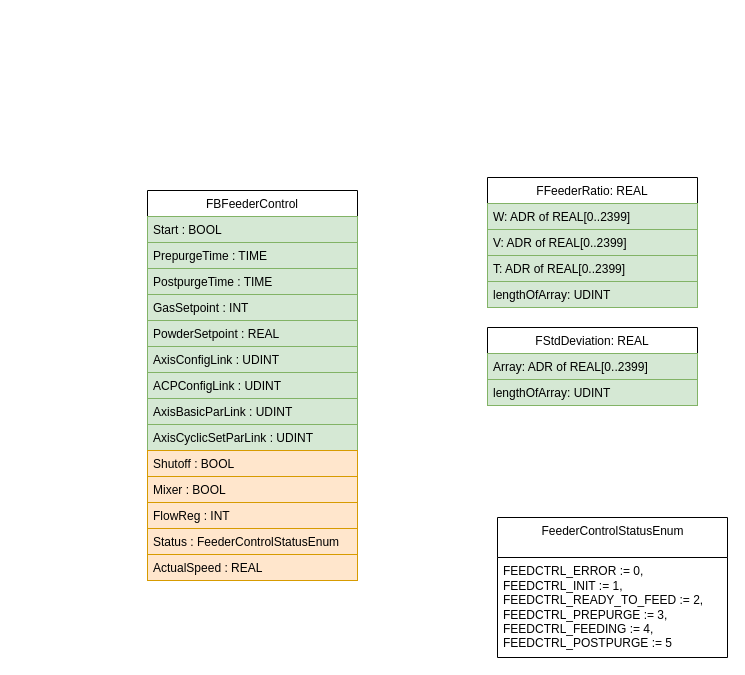
Above: FeederScheme.drawio in StankevichSL/FeederBR (draw.io), before the change. Source tidied: cells renumbered, new cells numbered last; positions are measured from the earlier drawing's top-left corner, leaving out a move shared by most shapes. Both pictures are drawn from the tidied source at 100%, with x=0, y=0 at pixel (147, 177).
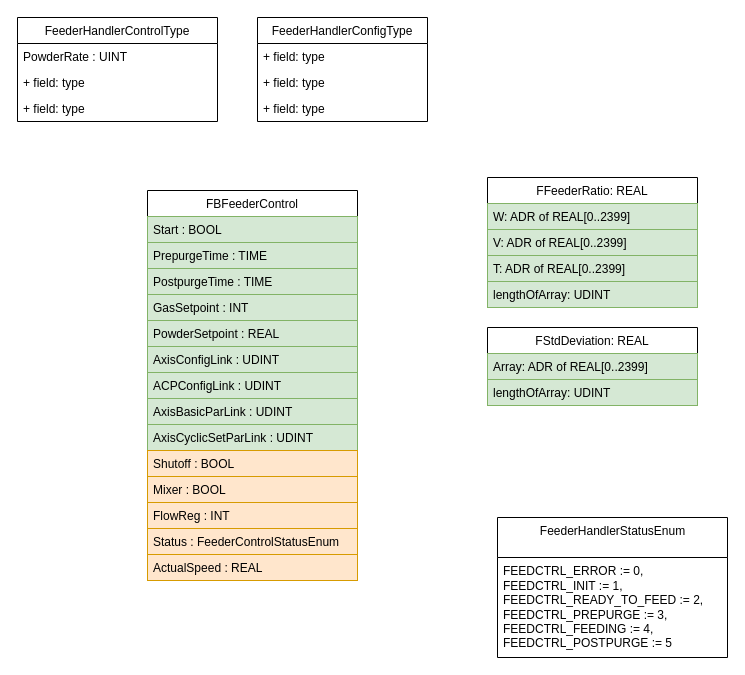
The same page after the edit.

Diff of the diagram source:
```diff
@@
-    <mxCell id="25" value="FeederControlStatusEnum" style="swimlane;fontStyle=0;align=center;verticalAlign=top;horizontal=1;startSize=40;html=1;" parent="1" vertex="1">
+    <mxCell id="25" value="FeederHandlerStatusEnum" style="swimlane;fontStyle=0;align=center;verticalAlign=top;horizontal=1;startSize=40;html=1;" parent="1" vertex="1">
       <mxGeometry x="350" y="340" width="230" height="140" as="geometry" />
     </mxCell>
@@
+    <mxCell id="27" value="FeederHandlerControlType" style="swimlane;fontStyle=0;horizontal=1;startSize=26;fillColor=none;" parent="1" vertex="1">
+      <mxGeometry x="-130" y="-160" width="200" height="104" as="geometry" />
+    </mxCell>
+    <mxCell id="28" value="PowderRate : UINT" style="text;strokeColor=none;fillColor=none;align=left;verticalAlign=top;spacingLeft=4;spacingRight=4;overflow=hidden;" parent="27" vertex="1">
+      <mxGeometry y="26" width="200" height="26" as="geometry" />
+    </mxCell>
+    <mxCell id="29" value="+ field: type" style="text;strokeColor=none;fillColor=none;align=left;verticalAlign=top;spacingLeft=4;spacingRight=4;overflow=hidden;" parent="27" vertex="1">
+      <mxGeometry y="52" width="200" height="26" as="geometry" />
+    </mxCell>
+    <mxCell id="30" value="+ field: type" style="text;strokeColor=none;fillColor=none;align=left;verticalAlign=top;spacingLeft=4;spacingRight=4;overflow=hidden;" parent="27" vertex="1">
+      <mxGeometry y="78" width="200" height="26" as="geometry" />
+    </mxCell>
+    <mxCell id="31" value="FeederHandlerConfigType" style="swimlane;fontStyle=0;horizontal=1;startSize=26;fillColor=none;" parent="1" vertex="1">
+      <mxGeometry x="110" y="-160" width="170" height="104" as="geometry" />
+    </mxCell>
+    <mxCell id="32" value="+ field: type" style="text;strokeColor=none;fillColor=none;align=left;verticalAlign=top;spacingLeft=4;spacingRight=4;overflow=hidden;" parent="31" vertex="1">
+      <mxGeometry y="26" width="170" height="26" as="geometry" />
+    </mxCell>
+    <mxCell id="33" value="+ field: type" style="text;strokeColor=none;fillColor=none;align=left;verticalAlign=top;spacingLeft=4;spacingRight=4;overflow=hidden;" parent="31" vertex="1">
+      <mxGeometry y="52" width="170" height="26" as="geometry" />
+    </mxCell>
+    <mxCell id="34" value="+ field: type" style="text;strokeColor=none;fillColor=none;align=left;verticalAlign=top;spacingLeft=4;spacingRight=4;overflow=hidden;" parent="31" vertex="1">
+      <mxGeometry y="78" width="170" height="26" as="geometry" />
+    </mxCell>
```
